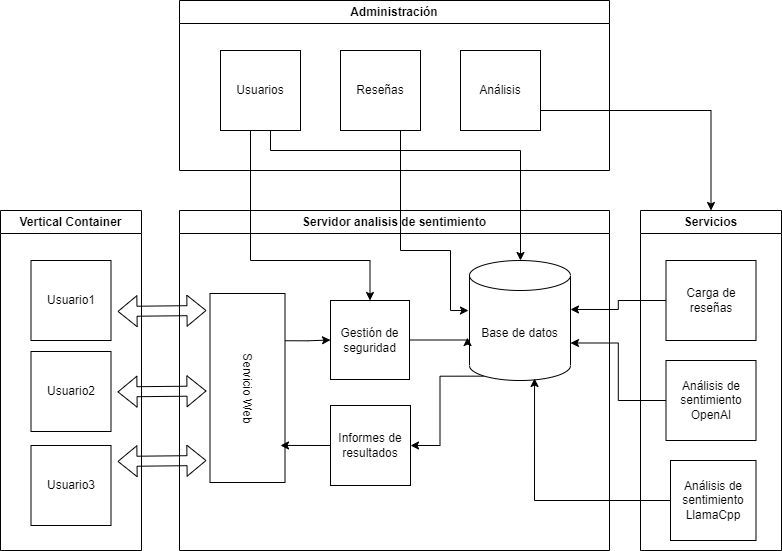
tgs1003/TFG_2023_2024 keeps this draw.io diagram as Documentación/Memoria/img/Arquitectura de la aplicación.png. Above is the earlier version. Source tidied: cells renumbered, new cells last; positions are measured from the earlier drawing's top-left corner, leaving out a move shared by most shapes. Source of this version:
```xml
<mxGraphModel>
  <root>
    <mxCell id="0" />
    <mxCell id="1" parent="0" />
    <mxCell id="2" value="Servidor analisis de sentimiento" style="swimlane;whiteSpace=wrap;html=1;" parent="1" vertex="1">
      <mxGeometry x="179" y="210" width="430" height="340" as="geometry" />
    </mxCell>
    <mxCell id="3" style="edgeStyle=orthogonalEdgeStyle;rounded=0;jettySize=auto;html=1;exitX=0.145;exitY=1;exitDx=0;exitDy=-4.35;exitPerimeter=0;entryX=1;entryY=0.5;entryDx=0;entryDy=0;" parent="2" edge="1" source="4" target="8">
      <mxGeometry relative="1" as="geometry" />
    </mxCell>
    <mxCell id="4" value="Base de datos" style="shape=cylinder3;whiteSpace=wrap;html=1;boundedLbl=1;backgroundOutline=1;size=15;" parent="2" vertex="1">
      <mxGeometry x="290" y="50" width="101" height="120" as="geometry" />
    </mxCell>
    <mxCell id="5" style="edgeStyle=orthogonalEdgeStyle;rounded=0;jettySize=auto;html=1;exitX=0.25;exitY=0;exitDx=0;exitDy=0;entryX=0;entryY=0.5;entryDx=0;entryDy=0;" parent="2" edge="1" source="6" target="7">
      <mxGeometry relative="1" as="geometry" />
    </mxCell>
    <mxCell id="6" value="Servicio Web" style="rounded=0;whiteSpace=wrap;html=1;rotation=90;" parent="2" vertex="1">
      <mxGeometry x="-26.5" y="140" width="189" height="75" as="geometry" />
    </mxCell>
    <mxCell id="7" value="Gestión de seguridad" style="whiteSpace=wrap;html=1;" parent="2" vertex="1">
      <mxGeometry x="151" y="90" width="79" height="79" as="geometry" />
    </mxCell>
    <mxCell id="8" value="Informes de resultados" style="whiteSpace=wrap;html=1;" parent="2" vertex="1">
      <mxGeometry x="151" y="195" width="80" height="80" as="geometry" />
    </mxCell>
    <mxCell id="9" style="edgeStyle=orthogonalEdgeStyle;rounded=0;jettySize=auto;html=1;exitX=0;exitY=0.5;exitDx=0;exitDy=0;entryX=0.804;entryY=0.06;entryDx=0;entryDy=0;entryPerimeter=0;" parent="2" edge="1" source="8" target="6">
      <mxGeometry relative="1" as="geometry" />
    </mxCell>
    <mxCell id="10" style="edgeStyle=orthogonalEdgeStyle;rounded=0;jettySize=auto;html=1;entryX=-0.02;entryY=0.642;entryDx=0;entryDy=0;entryPerimeter=0;" parent="2" edge="1" source="7" target="4">
      <mxGeometry relative="1" as="geometry">
        <Array as="points">
          <mxPoint x="288" y="130" />
        </Array>
      </mxGeometry>
    </mxCell>
    <mxCell id="11" value="Administración" style="swimlane;whiteSpace=wrap;html=1;" parent="1" vertex="1">
      <mxGeometry x="179" width="430" height="170" as="geometry" />
    </mxCell>
    <mxCell id="12" value="Usuarios" style="whiteSpace=wrap;html=1;" parent="11" vertex="1">
      <mxGeometry x="41" y="50" width="80" height="80" as="geometry" />
    </mxCell>
    <mxCell id="13" value="Reseñas" style="whiteSpace=wrap;html=1;" parent="11" vertex="1">
      <mxGeometry x="161" y="50" width="80" height="80" as="geometry" />
    </mxCell>
    <mxCell id="14" value="Análisis" style="whiteSpace=wrap;html=1;" parent="11" vertex="1">
      <mxGeometry x="281" y="50" width="80" height="80" as="geometry" />
    </mxCell>
    <mxCell id="15" value="Vertical Container" style="swimlane;whiteSpace=wrap;html=1;" parent="1" vertex="1">
      <mxGeometry y="210" width="141" height="340" as="geometry" />
    </mxCell>
    <mxCell id="16" value="Usuario1" style="whiteSpace=wrap;html=1;" parent="15" vertex="1">
      <mxGeometry x="30.5" y="50" width="80" height="80" as="geometry" />
    </mxCell>
    <mxCell id="17" value="Usuario2" style="whiteSpace=wrap;html=1;" parent="15" vertex="1">
      <mxGeometry x="30.5" y="141" width="80" height="80" as="geometry" />
    </mxCell>
    <mxCell id="18" value="Usuario3" style="whiteSpace=wrap;html=1;" parent="15" vertex="1">
      <mxGeometry x="30.5" y="235" width="80" height="80" as="geometry" />
    </mxCell>
    <mxCell id="19" style="shape=flexArrow;endArrow=classic;startArrow=classic;html=1;rounded=0;entryX=0.138;entryY=1.007;entryDx=0;entryDy=0;entryPerimeter=0;" parent="15" edge="1">
      <mxGeometry relative="1" as="geometry">
        <mxPoint x="117" y="250.9" as="sourcePoint" />
        <mxPoint x="206" y="250" as="targetPoint" />
      </mxGeometry>
    </mxCell>
    <mxCell id="20" style="shape=flexArrow;endArrow=classic;startArrow=classic;html=1;rounded=0;entryX=0.138;entryY=1.007;entryDx=0;entryDy=0;entryPerimeter=0;" parent="15" edge="1">
      <mxGeometry relative="1" as="geometry">
        <mxPoint x="117" y="181.4" as="sourcePoint" />
        <mxPoint x="206" y="180.5" as="targetPoint" />
      </mxGeometry>
    </mxCell>
    <mxCell id="21" value="Servicios" style="swimlane;whiteSpace=wrap;html=1;startSize=23;" parent="1" vertex="1">
      <mxGeometry x="640" y="210" width="141" height="340" as="geometry" />
    </mxCell>
    <mxCell id="22" value="Carga de reseñas" style="rounded=0;whiteSpace=wrap;html=1;" parent="21" vertex="1">
      <mxGeometry x="25.5" y="50" width="90" height="80" as="geometry" />
    </mxCell>
    <mxCell id="23" value="Análisis de sentimiento&lt;br&gt;OpenAI" style="rounded=0;whiteSpace=wrap;html=1;" parent="21" vertex="1">
      <mxGeometry x="25.5" y="150" width="90" height="80" as="geometry" />
    </mxCell>
    <mxCell id="24" value="Análisis de sentimiento&lt;br&gt;LlamaCpp" style="rounded=0;whiteSpace=wrap;html=1;" parent="21" vertex="1">
      <mxGeometry x="30" y="250" width="85.5" height="80" as="geometry" />
    </mxCell>
    <mxCell id="25" style="edgeStyle=orthogonalEdgeStyle;rounded=0;jettySize=auto;html=1;exitX=0.75;exitY=1;exitDx=0;exitDy=0;entryX=-0.01;entryY=0.417;entryDx=0;entryDy=0;entryPerimeter=0;" parent="1" edge="1" source="13" target="4">
      <mxGeometry relative="1" as="geometry">
        <Array as="points">
          <mxPoint x="400" y="250" />
          <mxPoint x="450" y="250" />
          <mxPoint x="450" y="310" />
        </Array>
      </mxGeometry>
    </mxCell>
    <mxCell id="26" style="edgeStyle=orthogonalEdgeStyle;rounded=0;jettySize=auto;html=1;exitX=0;exitY=0.5;exitDx=0;exitDy=0;entryX=1;entryY=0.408;entryDx=0;entryDy=0;entryPerimeter=0;" parent="1" edge="1" source="22" target="4">
      <mxGeometry relative="1" as="geometry" />
    </mxCell>
    <mxCell id="27" style="edgeStyle=orthogonalEdgeStyle;rounded=0;jettySize=auto;html=1;exitX=0;exitY=0.5;exitDx=0;exitDy=0;entryX=1;entryY=0;entryDx=0;entryDy=82.5;entryPerimeter=0;" parent="1" edge="1" source="23" target="4">
      <mxGeometry relative="1" as="geometry" />
    </mxCell>
    <mxCell id="28" style="edgeStyle=orthogonalEdgeStyle;rounded=0;jettySize=auto;html=1;exitX=0;exitY=0.5;exitDx=0;exitDy=0;entryX=0.644;entryY=0.983;entryDx=0;entryDy=0;entryPerimeter=0;" parent="1" edge="1" source="24" target="4">
      <mxGeometry relative="1" as="geometry" />
    </mxCell>
    <mxCell id="29" style="edgeStyle=orthogonalEdgeStyle;rounded=0;jettySize=auto;html=1;exitX=1;exitY=0.75;exitDx=0;exitDy=0;entryX=0.5;entryY=0;entryDx=0;entryDy=0;" parent="1" edge="1" source="14" target="21">
      <mxGeometry relative="1" as="geometry" />
    </mxCell>
    <mxCell id="30" style="edgeStyle=orthogonalEdgeStyle;rounded=0;jettySize=auto;html=1;exitX=0.5;exitY=1;exitDx=0;exitDy=0;" parent="1" edge="1" source="12" target="4">
      <mxGeometry relative="1" as="geometry">
        <Array as="points">
          <mxPoint x="270" y="130" />
          <mxPoint x="270" y="150" />
          <mxPoint x="520" y="150" />
        </Array>
      </mxGeometry>
    </mxCell>
    <mxCell id="31" style="edgeStyle=orthogonalEdgeStyle;rounded=0;jettySize=auto;html=1;exitX=0.75;exitY=1;exitDx=0;exitDy=0;entryX=0.5;entryY=0;entryDx=0;entryDy=0;" parent="1" edge="1" source="12" target="7">
      <mxGeometry relative="1" as="geometry">
        <Array as="points">
          <mxPoint x="250" y="130" />
          <mxPoint x="250" y="260" />
          <mxPoint x="370" y="260" />
        </Array>
      </mxGeometry>
    </mxCell>
    <mxCell id="32" style="shape=flexArrow;endArrow=classic;startArrow=classic;html=1;rounded=0;entryX=0.138;entryY=1.007;entryDx=0;entryDy=0;entryPerimeter=0;" parent="1" edge="1">
      <mxGeometry relative="1" as="geometry">
        <mxPoint x="117" y="310.9" as="sourcePoint" />
        <mxPoint x="206" y="310" as="targetPoint" />
      </mxGeometry>
    </mxCell>
  </root>
</mxGraphModel>
```
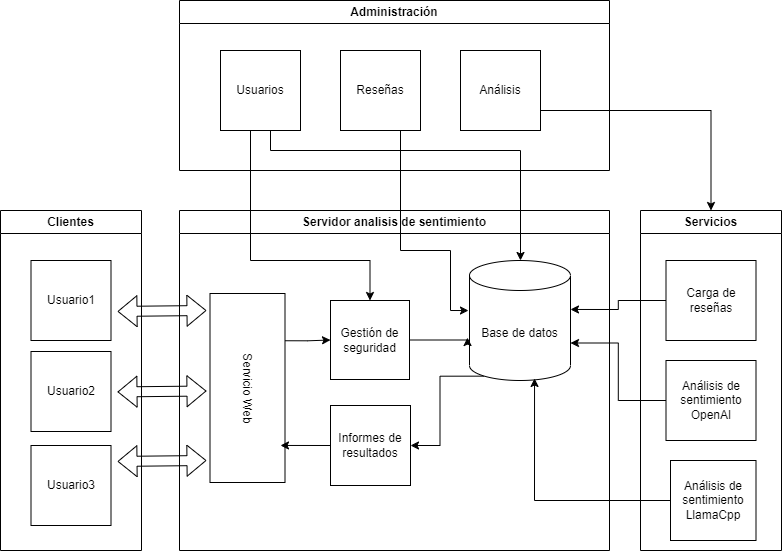
Later version of the same file.

What changed in the source:
```diff
@@ -45,7 +45,7 @@
     <mxCell id="14" value="Análisis" style="whiteSpace=wrap;html=1;" parent="11" vertex="1">
       <mxGeometry x="281" y="50" width="80" height="80" as="geometry" />
     </mxCell>
-    <mxCell id="15" value="Vertical Container" style="swimlane;whiteSpace=wrap;html=1;" parent="1" vertex="1">
+    <mxCell id="15" value="Clientes" style="swimlane;whiteSpace=wrap;html=1;" parent="1" vertex="1">
       <mxGeometry y="210" width="141" height="340" as="geometry" />
     </mxCell>
     <mxCell id="16" value="Usuario1" style="whiteSpace=wrap;html=1;" parent="15" vertex="1">
```
